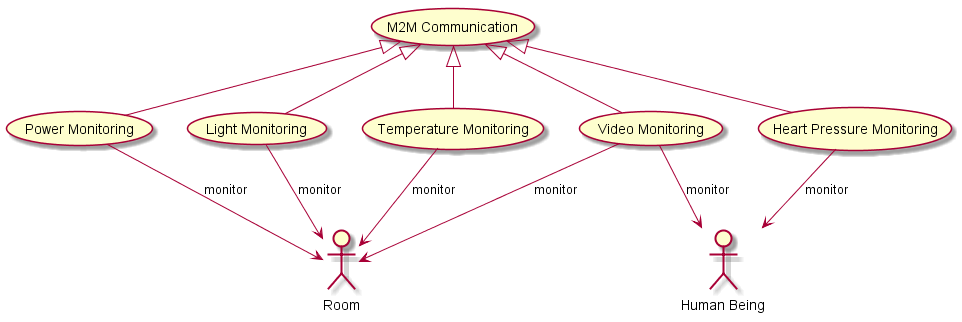
Earlier version of the PlantUML export docs/scenarios/smart-contextual-assistance/m2m-use-cases-associations.png (reTHINK-project/scenario-service-implementation).
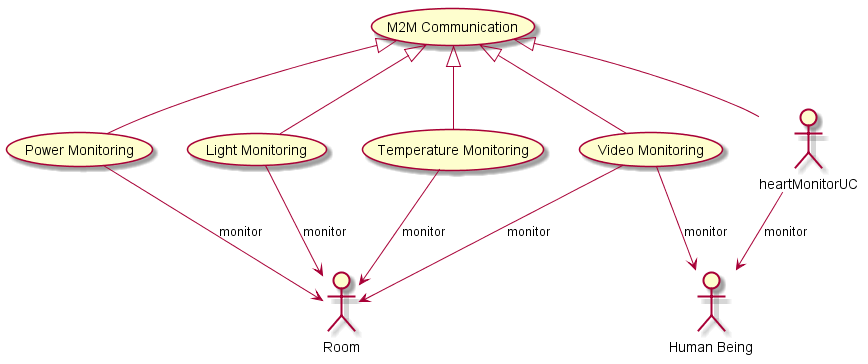
The same diagram one commit later.

Change to the diagram source:
```diff
@@ -1,7 +1,6 @@
 @startuml
 
 usecase (Video Monitoring) as videoMonitorUC
-usecase (Heart Pressure Monitoring) as heartMonitorUC
 usecase (Temperature Monitoring) as temperatureUC
 usecase (Light Monitoring) as lightUC
 usecase (Power Monitoring) as powerUC
```
